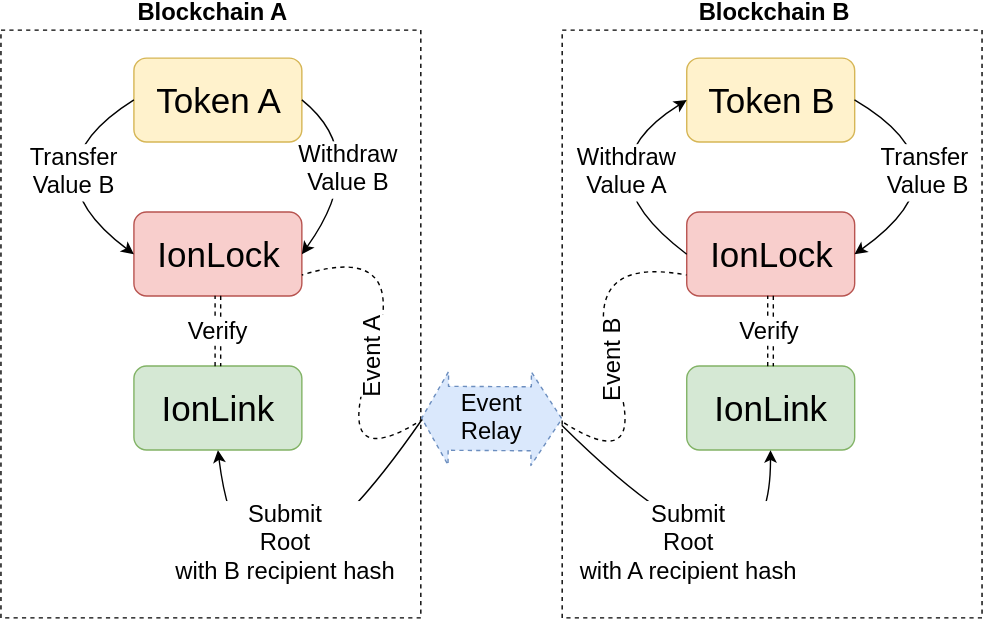
The draw.io diagram IonDiagram.svg in clearmatics/ion, before a commit. Source tidied: cells renumbered, new cells last; positions are measured from the earlier drawing's top-left corner, leaving out a move shared by most shapes.
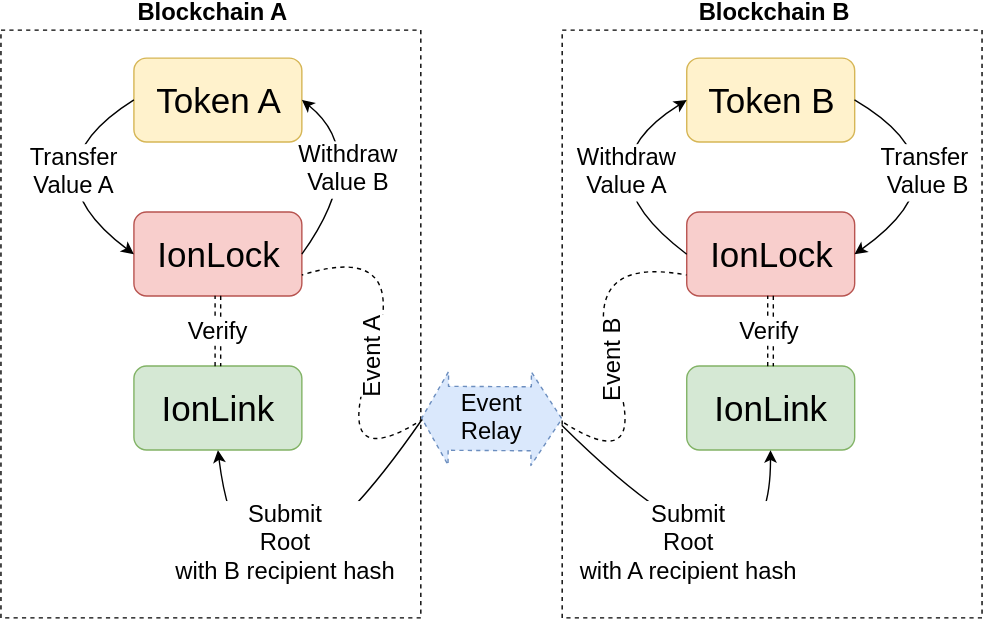
After the change.

Commit message:
Updated Ion Diagram

Diff of the diagram source:
```diff
@@ -17,7 +17,7 @@
     <mxCell id="6" value="IonLink" style="rounded=1;whiteSpace=wrap;html=1;fontSize=25;fillColor=#d5e8d4;strokeColor=#82b366;" parent="1" vertex="1">
       <mxGeometry x="95" y="240" width="120" height="60" as="geometry" />
     </mxCell>
-    <mxCell id="7" value="Transfer&lt;br&gt;Value B" style="endArrow=none;startArrow=classic;html=1;fontSize=17;entryX=0;entryY=0.5;exitX=0;exitY=0.5;endFill=0;curved=1;align=center;labelPosition=right;verticalLabelPosition=middle;verticalAlign=middle;spacingRight=0;spacingLeft=70;" parent="1" edge="1" source="5" target="4">
+    <mxCell id="7" value="Transfer&lt;br&gt;Value A" style="endArrow=none;startArrow=classic;html=1;fontSize=17;entryX=0;entryY=0.5;exitX=0;exitY=0.5;endFill=0;curved=1;align=center;labelPosition=right;verticalLabelPosition=middle;verticalAlign=middle;spacingRight=0;spacingLeft=70;" parent="1" edge="1" source="5" target="4">
       <mxGeometry relative="1" as="geometry">
         <Array as="points">
           <mxPoint x="15" y="100" />
@@ -76,7 +76,7 @@
     <mxCell id="17" value="Verify" style="shape=link;html=1;labelBackgroundColor=#ffffff;startArrow=classic;startFill=1;endArrow=none;endFill=0;jettySize=auto;fontSize=17;align=center;entryX=0.5;entryY=1;exitX=0.5;exitY=0;dashed=1;" parent="1" edge="1" source="13" target="12">
       <mxGeometry relative="1" as="geometry" />
     </mxCell>
-    <mxCell id="18" value="Withdraw&lt;br&gt;Value B" style="endArrow=none;startArrow=classic;html=1;fontSize=17;entryX=1;entryY=0.5;exitX=1;exitY=0.5;endFill=0;curved=1;align=center;labelPosition=left;verticalLabelPosition=middle;verticalAlign=middle;spacingRight=20;spacingLeft=0;" parent="1" edge="1" source="5" target="4">
+    <mxCell id="18" value="Withdraw&lt;br&gt;Value B" style="endArrow=classic;startArrow=none;html=1;fontSize=17;entryX=1;entryY=0.5;exitX=1;exitY=0.5;endFill=1;curved=1;align=center;labelPosition=left;verticalLabelPosition=middle;verticalAlign=middle;spacingRight=20;spacingLeft=0;startFill=0;" parent="1" edge="1" source="5" target="4">
       <mxGeometry relative="1" as="geometry">
         <Array as="points">
           <mxPoint x="265" y="90" />
```
